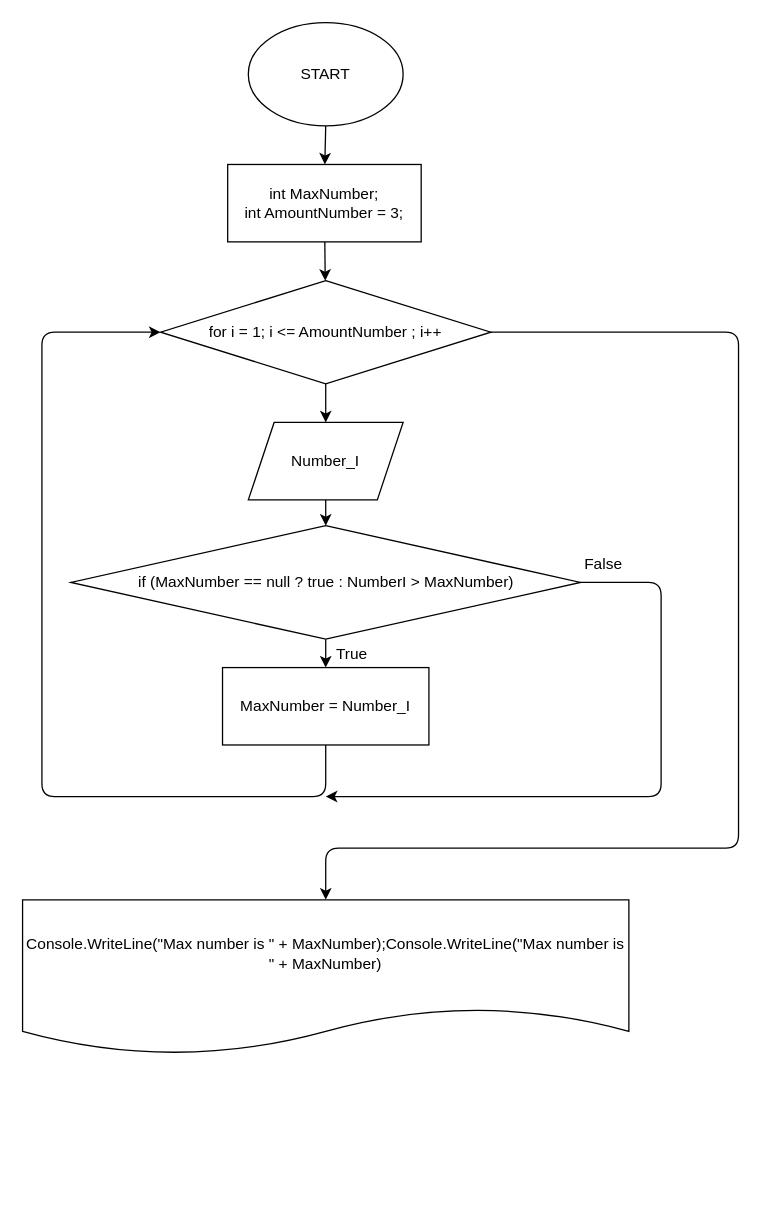
Before: Exercise_4/BlockDiagram.drawio in pozdnyakovbogdan00/Lesson_1_HomeWork, a draw.io diagram. Source tidied: cells renumbered, new cells numbered last; positions are measured from the earlier drawing's top-left corner, leaving out a move shared by most shapes. Both pictures are drawn from the tidied source at 129%, with x=0, y=0 at pixel (22, 22).
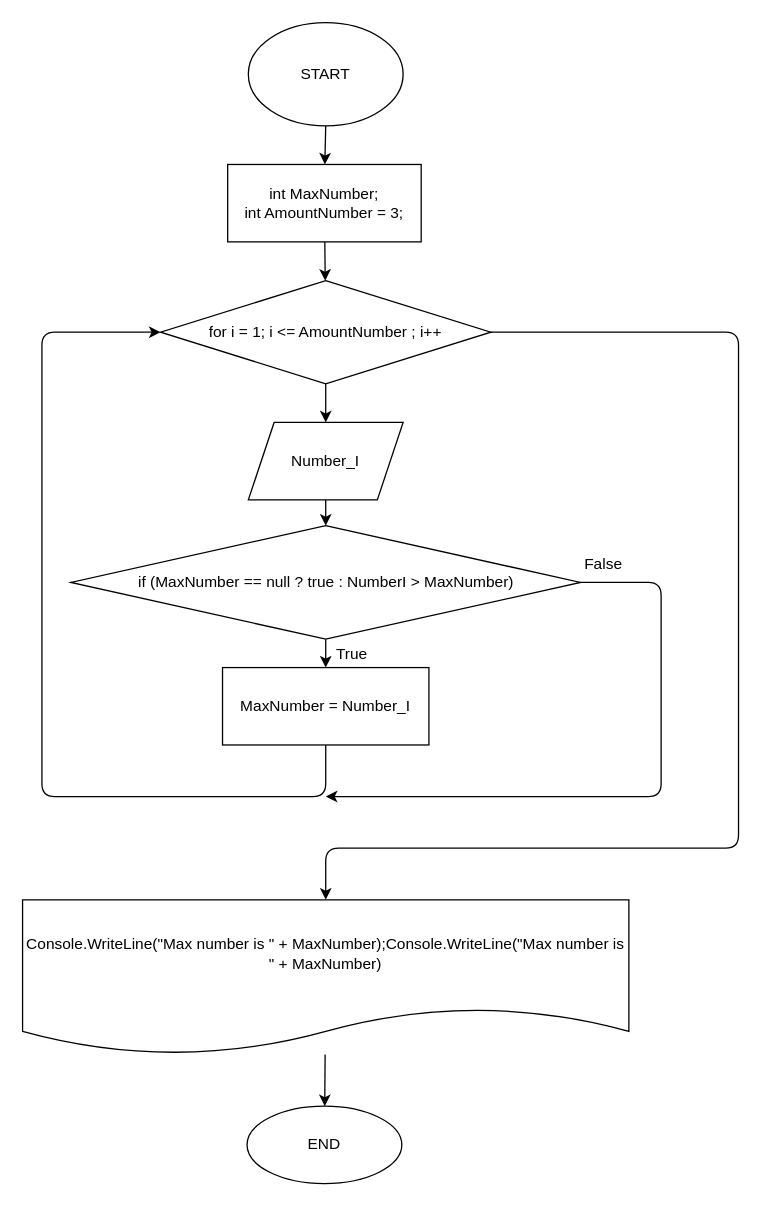
Above is the later version.

Commit message (it also covers changes not shown here):
Modify block diagrams and add readme in Exercise 4

Unchanged cells that the change refers to:
```xml
<mxCell id="16" value="Console.WriteLine(&quot;Max number is &quot; + MaxNumber);Console.WriteLine(&quot;Max number is &quot; + MaxNumber)" style="shape=document;whiteSpace=wrap;html=1;boundedLbl=1;" parent="1" vertex="1">
  <mxGeometry y="680" width="470" height="120" as="geometry" />
</mxCell>
```

Change to the diagram source:
```diff
@@
+    <mxCell id="19" style="edgeStyle=none;html=1;" parent="1" edge="1" source="16" target="20">
+      <mxGeometry relative="1" as="geometry" />
+    </mxCell>
@@
+    <mxCell id="20" value="END" style="ellipse;whiteSpace=wrap;html=1;" parent="1" vertex="1">
+      <mxGeometry x="174" y="840" width="120" height="60" as="geometry" />
+    </mxCell>
```
